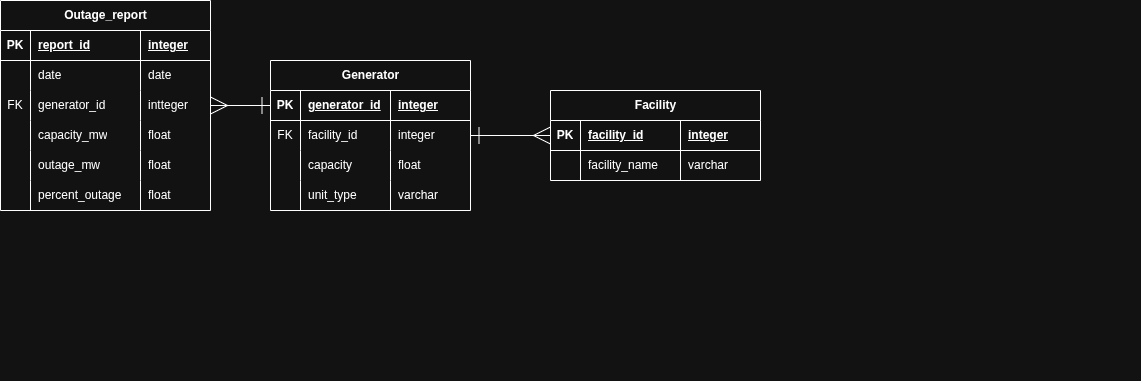
Above: nuclear outages.png in NinjatoTim/arkham_challenge (draw.io), before the change. Source tidied: cells renumbered, new cells last; positions are measured from the earlier drawing's top-left corner, leaving out a move shared by most shapes.
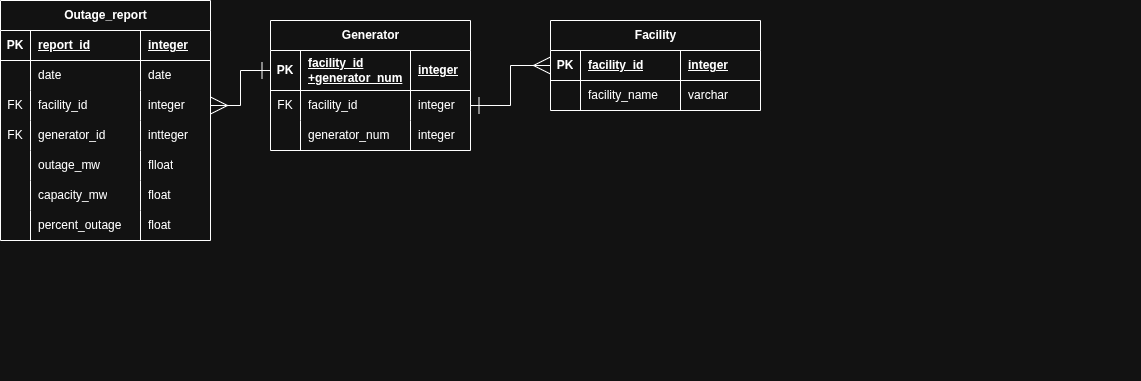
Later version of the same file.

Change to the diagram source:
```diff
@@ -3,7 +3,7 @@
     <mxCell id="0" />
     <mxCell id="1" parent="0" />
     <mxCell id="2" value="Facility" style="shape=table;startSize=30;rowLines=0;fontStyle=1;align=center;html=1;" parent="1" vertex="1">
-      <mxGeometry x="550" y="90" width="210" height="90" as="geometry" />
+      <mxGeometry x="550" y="20" width="210" height="90" as="geometry" />
     </mxCell>
     <mxCell id="3" style="shape=tableRow;horizontal=0;startSize=0;swimlaneHead=0;swimlaneBody=0;fillColor=none;points=[[0,0.5],[1,0.5]];portConstraint=eastwest;top=0;left=0;right=0;bottom=1;" parent="2" vertex="1">
       <mxGeometry y="30" width="210" height="30" as="geometry" />
@@ -30,58 +30,46 @@
       <mxGeometry x="130" width="80" height="30" as="geometry" />
     </mxCell>
     <mxCell id="11" value="Generator" style="shape=table;startSize=30;rowLines=0;fontStyle=1;align=center;html=1;" parent="1" vertex="1">
-      <mxGeometry x="270" y="60" width="200" height="150" as="geometry" />
+      <mxGeometry x="270" y="20" width="200" height="130" as="geometry" />
     </mxCell>
     <mxCell id="12" style="shape=tableRow;horizontal=0;startSize=0;swimlaneHead=0;swimlaneBody=0;fillColor=none;points=[[0,0.5],[1,0.5]];portConstraint=eastwest;top=0;left=0;right=0;bottom=1;" parent="11" vertex="1">
-      <mxGeometry y="30" width="200" height="30" as="geometry" />
+      <mxGeometry y="30" width="200" height="40" as="geometry" />
     </mxCell>
     <mxCell id="13" value="PK" style="shape=partialRectangle;fillColor=none;top=0;left=0;bottom=0;right=0;fontStyle=1;overflow=hidden;whiteSpace=wrap;html=1;" parent="12" vertex="1">
-      <mxGeometry width="30" height="30" as="geometry" />
+      <mxGeometry width="30" height="40" as="geometry" />
     </mxCell>
-    <mxCell id="14" value="generator_id" style="shape=partialRectangle;fillColor=none;top=0;left=0;bottom=0;right=0;align=left;spacingLeft=6;fontStyle=5;overflow=hidden;whiteSpace=wrap;html=1;" parent="12" vertex="1">
-      <mxGeometry x="30" width="90" height="30" as="geometry" />
+    <mxCell id="14" value="facility_id +generator_num" style="shape=partialRectangle;fillColor=none;top=0;left=0;bottom=0;right=0;align=left;spacingLeft=6;fontStyle=5;overflow=hidden;whiteSpace=wrap;html=1;" parent="12" vertex="1">
+      <mxGeometry x="30" width="110" height="40" as="geometry" />
     </mxCell>
     <mxCell id="15" value="integer" style="shape=partialRectangle;fillColor=none;top=0;left=0;bottom=0;right=0;align=left;spacingLeft=6;fontStyle=5;overflow=hidden;whiteSpace=wrap;html=1;" parent="12" vertex="1">
-      <mxGeometry x="120" width="80" height="30" as="geometry" />
+      <mxGeometry x="140" width="60" height="40" as="geometry" />
     </mxCell>
     <mxCell id="16" style="shape=tableRow;horizontal=0;startSize=0;swimlaneHead=0;swimlaneBody=0;fillColor=none;points=[[0,0.5],[1,0.5]];portConstraint=eastwest;top=0;left=0;right=0;bottom=0;" parent="11" vertex="1">
-      <mxGeometry y="60" width="200" height="30" as="geometry" />
+      <mxGeometry y="70" width="200" height="30" as="geometry" />
     </mxCell>
     <mxCell id="17" value="FK" style="shape=partialRectangle;fillColor=none;top=0;left=0;bottom=0;right=0;overflow=hidden;whiteSpace=wrap;html=1;" parent="16" vertex="1">
       <mxGeometry width="30" height="30" as="geometry" />
     </mxCell>
     <mxCell id="18" value="facility_id" style="shape=partialRectangle;fillColor=none;top=0;left=0;bottom=0;right=0;align=left;spacingLeft=6;overflow=hidden;whiteSpace=wrap;html=1;" parent="16" vertex="1">
-      <mxGeometry x="30" width="90" height="30" as="geometry" />
+      <mxGeometry x="30" width="110" height="30" as="geometry" />
     </mxCell>
     <mxCell id="19" value="integer" style="shape=partialRectangle;fillColor=none;top=0;left=0;bottom=0;right=0;align=left;spacingLeft=6;overflow=hidden;whiteSpace=wrap;html=1;" parent="16" vertex="1">
-      <mxGeometry x="120" width="80" height="30" as="geometry" />
+      <mxGeometry x="140" width="60" height="30" as="geometry" />
     </mxCell>
-    <mxCell id="20" style="shape=tableRow;horizontal=0;startSize=0;swimlaneHead=0;swimlaneBody=0;fillColor=none;top=0;left=0;right=0;bottom=0;" parent="11" vertex="1">
-      <mxGeometry y="90" width="200" height="30" as="geometry" />
-    </mxCell>
-    <mxCell id="21" style="shape=partialRectangle;fillColor=none;top=0;left=0;bottom=0;right=0;overflow=hidden;whiteSpace=wrap;html=1;" parent="20" vertex="1">
-      <mxGeometry width="30" height="30" as="geometry" />
-    </mxCell>
-    <mxCell id="22" value="capacity" style="shape=partialRectangle;fillColor=none;top=0;left=0;bottom=0;right=0;align=left;spacingLeft=6;overflow=hidden;whiteSpace=wrap;html=1;" parent="20" vertex="1">
-      <mxGeometry x="30" width="90" height="30" as="geometry" />
-    </mxCell>
-    <mxCell id="23" value="float" style="shape=partialRectangle;fillColor=none;top=0;left=0;bottom=0;right=0;align=left;spacingLeft=6;overflow=hidden;whiteSpace=wrap;html=1;" parent="20" vertex="1">
-      <mxGeometry x="120" width="80" height="30" as="geometry" />
-    </mxCell>
-    <mxCell id="24" style="shape=tableRow;horizontal=0;startSize=0;swimlaneHead=0;swimlaneBody=0;fillColor=none;top=0;left=0;right=0;bottom=0;" parent="11" vertex="1">
-      <mxGeometry y="120" width="200" height="30" as="geometry" />
-    </mxCell>
-    <mxCell id="25" style="shape=partialRectangle;fillColor=none;top=0;left=0;bottom=0;right=0;overflow=hidden;whiteSpace=wrap;html=1;" parent="24" vertex="1">
-      <mxGeometry width="30" height="30" as="geometry" />
-    </mxCell>
-    <mxCell id="26" value="unit_type" style="shape=partialRectangle;fillColor=none;top=0;left=0;bottom=0;right=0;align=left;spacingLeft=6;overflow=hidden;whiteSpace=wrap;html=1;" parent="24" vertex="1">
-      <mxGeometry x="30" width="90" height="30" as="geometry" />
-    </mxCell>
-    <mxCell id="27" value="varchar" style="shape=partialRectangle;fillColor=none;top=0;left=0;bottom=0;right=0;align=left;spacingLeft=6;overflow=hidden;whiteSpace=wrap;html=1;" parent="24" vertex="1">
-      <mxGeometry x="120" width="80" height="30" as="geometry" />
-    </mxCell>
+    <mxCell id="57" style="shape=tableRow;horizontal=0;startSize=0;swimlaneHead=0;swimlaneBody=0;fillColor=none;top=0;left=0;right=0;bottom=0;" parent="11" vertex="1">
+      <mxGeometry y="100" width="200" height="30" as="geometry" />
+    </mxCell>
+    <mxCell id="58" style="shape=partialRectangle;fillColor=none;top=0;left=0;bottom=0;right=0;overflow=hidden;whiteSpace=wrap;html=1;" parent="57" vertex="1">
+      <mxGeometry width="30" height="30" as="geometry" />
+    </mxCell>
+    <mxCell id="59" value="generator_num" style="shape=partialRectangle;fillColor=none;top=0;left=0;bottom=0;right=0;align=left;spacingLeft=6;overflow=hidden;whiteSpace=wrap;html=1;" parent="57" vertex="1">
+      <mxGeometry x="30" width="110" height="30" as="geometry" />
+    </mxCell>
+    <mxCell id="60" value="integer" style="shape=partialRectangle;fillColor=none;top=0;left=0;bottom=0;right=0;align=left;spacingLeft=6;overflow=hidden;whiteSpace=wrap;html=1;" parent="57" vertex="1">
+      <mxGeometry x="140" width="60" height="30" as="geometry" />
+    </mxCell>
     <mxCell id="28" value="Outage_report" style="shape=table;startSize=30;rowLines=0;fontStyle=1;align=center;html=1;" parent="1" vertex="1">
-      <mxGeometry width="210" height="210" as="geometry" />
+      <mxGeometry width="210" height="240" as="geometry" />
     </mxCell>
     <mxCell id="29" style="shape=tableRow;horizontal=0;startSize=0;swimlaneHead=0;swimlaneBody=0;fillColor=none;top=0;left=0;right=0;bottom=1;" parent="28" vertex="1">
       <mxGeometry y="30" width="210" height="30" as="geometry" />
@@ -107,8 +95,20 @@
     <mxCell id="36" value="date" style="shape=partialRectangle;fillColor=none;top=0;left=0;bottom=0;right=0;align=left;spacingLeft=6;overflow=hidden;whiteSpace=wrap;html=1;" parent="33" vertex="1">
       <mxGeometry x="140" width="70" height="30" as="geometry" />
     </mxCell>
+    <mxCell id="61" style="shape=tableRow;horizontal=0;startSize=0;swimlaneHead=0;swimlaneBody=0;fillColor=none;points=[[0,0.5],[1,0.5]];portConstraint=eastwest;top=0;left=0;right=0;bottom=0;" parent="28" vertex="1">
+      <mxGeometry y="90" width="210" height="30" as="geometry" />
+    </mxCell>
+    <mxCell id="62" value="FK" style="shape=partialRectangle;fillColor=none;top=0;left=0;bottom=0;right=0;overflow=hidden;whiteSpace=wrap;html=1;" parent="61" vertex="1">
+      <mxGeometry width="30" height="30" as="geometry" />
+    </mxCell>
+    <mxCell id="63" value="facility_id" style="shape=partialRectangle;fillColor=none;top=0;left=0;bottom=0;right=0;align=left;spacingLeft=6;overflow=hidden;whiteSpace=wrap;html=1;" parent="61" vertex="1">
+      <mxGeometry x="30" width="110" height="30" as="geometry" />
+    </mxCell>
+    <mxCell id="64" value="integer" style="shape=partialRectangle;fillColor=none;top=0;left=0;bottom=0;right=0;align=left;spacingLeft=6;overflow=hidden;whiteSpace=wrap;html=1;" parent="61" vertex="1">
+      <mxGeometry x="140" width="70" height="30" as="geometry" />
+    </mxCell>
     <mxCell id="37" style="shape=tableRow;horizontal=0;startSize=0;swimlaneHead=0;swimlaneBody=0;fillColor=none;points=[[0,0.5],[1,0.5]];portConstraint=eastwest;top=0;left=0;right=0;bottom=0;" parent="28" vertex="1">
-      <mxGeometry y="90" width="210" height="30" as="geometry" />
+      <mxGeometry y="120" width="210" height="30" as="geometry" />
     </mxCell>
     <mxCell id="38" value="FK" style="shape=partialRectangle;fillColor=none;top=0;left=0;bottom=0;right=0;overflow=hidden;whiteSpace=wrap;html=1;" parent="37" vertex="1">
       <mxGeometry width="30" height="30" as="geometry" />
@@ -119,8 +119,20 @@
     <mxCell id="40" value="intteger" style="shape=partialRectangle;fillColor=none;top=0;left=0;bottom=0;right=0;align=left;spacingLeft=6;overflow=hidden;whiteSpace=wrap;html=1;" parent="37" vertex="1">
       <mxGeometry x="140" width="70" height="30" as="geometry" />
     </mxCell>
+    <mxCell id="45" style="shape=tableRow;horizontal=0;startSize=0;swimlaneHead=0;swimlaneBody=0;fillColor=none;top=0;left=0;right=0;bottom=0;" parent="28" vertex="1">
+      <mxGeometry y="150" width="210" height="30" as="geometry" />
+    </mxCell>
+    <mxCell id="65" style="shape=partialRectangle;fillColor=none;top=0;left=0;bottom=0;right=0;overflow=hidden;whiteSpace=wrap;html=1;" parent="45" vertex="1">
+      <mxGeometry width="30" height="30" as="geometry" />
+    </mxCell>
+    <mxCell id="47" value="outage_mw" style="shape=partialRectangle;fillColor=none;top=0;left=0;bottom=0;right=0;align=left;spacingLeft=6;overflow=hidden;whiteSpace=wrap;html=1;" parent="45" vertex="1">
+      <mxGeometry x="30" width="110" height="30" as="geometry" />
+    </mxCell>
+    <mxCell id="66" value="flloat" style="shape=partialRectangle;fillColor=none;top=0;left=0;bottom=0;right=0;align=left;spacingLeft=6;overflow=hidden;whiteSpace=wrap;html=1;" parent="45" vertex="1">
+      <mxGeometry x="140" width="70" height="30" as="geometry" />
+    </mxCell>
     <mxCell id="41" style="shape=tableRow;horizontal=0;startSize=0;swimlaneHead=0;swimlaneBody=0;fillColor=none;top=0;left=0;right=0;bottom=0;" parent="28" vertex="1">
-      <mxGeometry y="120" width="210" height="30" as="geometry" />
+      <mxGeometry y="180" width="210" height="30" as="geometry" />
     </mxCell>
     <mxCell id="42" style="shape=partialRectangle;fillColor=none;top=0;left=0;bottom=0;right=0;overflow=hidden;whiteSpace=wrap;html=1;" parent="41" vertex="1">
       <mxGeometry width="30" height="30" as="geometry" />
@@ -131,20 +143,8 @@
     <mxCell id="44" value="float" style="shape=partialRectangle;fillColor=none;top=0;left=0;bottom=0;right=0;align=left;spacingLeft=6;overflow=hidden;whiteSpace=wrap;html=1;" parent="41" vertex="1">
       <mxGeometry x="140" width="70" height="30" as="geometry" />
     </mxCell>
-    <mxCell id="45" style="shape=tableRow;horizontal=0;startSize=0;swimlaneHead=0;swimlaneBody=0;fillColor=none;top=0;left=0;right=0;bottom=0;" parent="28" vertex="1">
-      <mxGeometry y="150" width="210" height="30" as="geometry" />
-    </mxCell>
-    <mxCell id="46" style="shape=partialRectangle;fillColor=none;top=0;left=0;bottom=0;right=0;overflow=hidden;whiteSpace=wrap;html=1;" parent="45" vertex="1">
-      <mxGeometry width="30" height="30" as="geometry" />
-    </mxCell>
-    <mxCell id="47" value="outage_mw" style="shape=partialRectangle;fillColor=none;top=0;left=0;bottom=0;right=0;align=left;spacingLeft=6;overflow=hidden;whiteSpace=wrap;html=1;" parent="45" vertex="1">
-      <mxGeometry x="30" width="110" height="30" as="geometry" />
-    </mxCell>
-    <mxCell id="48" value="float" style="shape=partialRectangle;fillColor=none;top=0;left=0;bottom=0;right=0;align=left;spacingLeft=6;overflow=hidden;whiteSpace=wrap;html=1;" parent="45" vertex="1">
-      <mxGeometry x="140" width="70" height="30" as="geometry" />
-    </mxCell>
     <mxCell id="49" style="shape=tableRow;horizontal=0;startSize=0;swimlaneHead=0;swimlaneBody=0;fillColor=none;top=0;left=0;right=0;bottom=0;" parent="28" vertex="1">
-      <mxGeometry y="180" width="210" height="30" as="geometry" />
+      <mxGeometry y="210" width="210" height="30" as="geometry" />
     </mxCell>
     <mxCell id="50" style="shape=partialRectangle;fillColor=none;top=0;left=0;bottom=0;right=0;overflow=hidden;whiteSpace=wrap;html=1;" parent="49" vertex="1">
       <mxGeometry width="30" height="30" as="geometry" />
@@ -164,7 +164,7 @@
     <mxCell id="55" style="edgeStyle=orthogonalEdgeStyle;rounded=0;jettySize=auto;html=1;exitX=1;exitY=0.5;exitDx=0;exitDy=0;entryX=0;entryY=0.5;entryDx=0;entryDy=0;endArrow=ERmany;endFill=0;startArrow=ERone;startFill=0;jumpSize=6;endSize=15;startSize=15;" parent="1" edge="1" source="16" target="3">
       <mxGeometry relative="1" as="geometry" />
     </mxCell>
-    <mxCell id="56" style="edgeStyle=orthogonalEdgeStyle;rounded=0;jettySize=auto;html=1;exitX=0;exitY=0.5;exitDx=0;exitDy=0;entryX=1;entryY=0.5;entryDx=0;entryDy=0;endArrow=ERmany;endFill=0;startArrow=ERone;startFill=0;endSize=15;strokeWidth=1;startSize=15;" parent="1" edge="1" source="12" target="37">
+    <mxCell id="56" style="edgeStyle=orthogonalEdgeStyle;rounded=0;jettySize=auto;html=1;exitX=0;exitY=0.5;exitDx=0;exitDy=0;endArrow=ERmany;endFill=0;startArrow=ERone;startFill=0;endSize=15;strokeWidth=1;startSize=15;" parent="1" edge="1" source="12" target="61">
       <mxGeometry relative="1" as="geometry" />
     </mxCell>
   </root>
```
